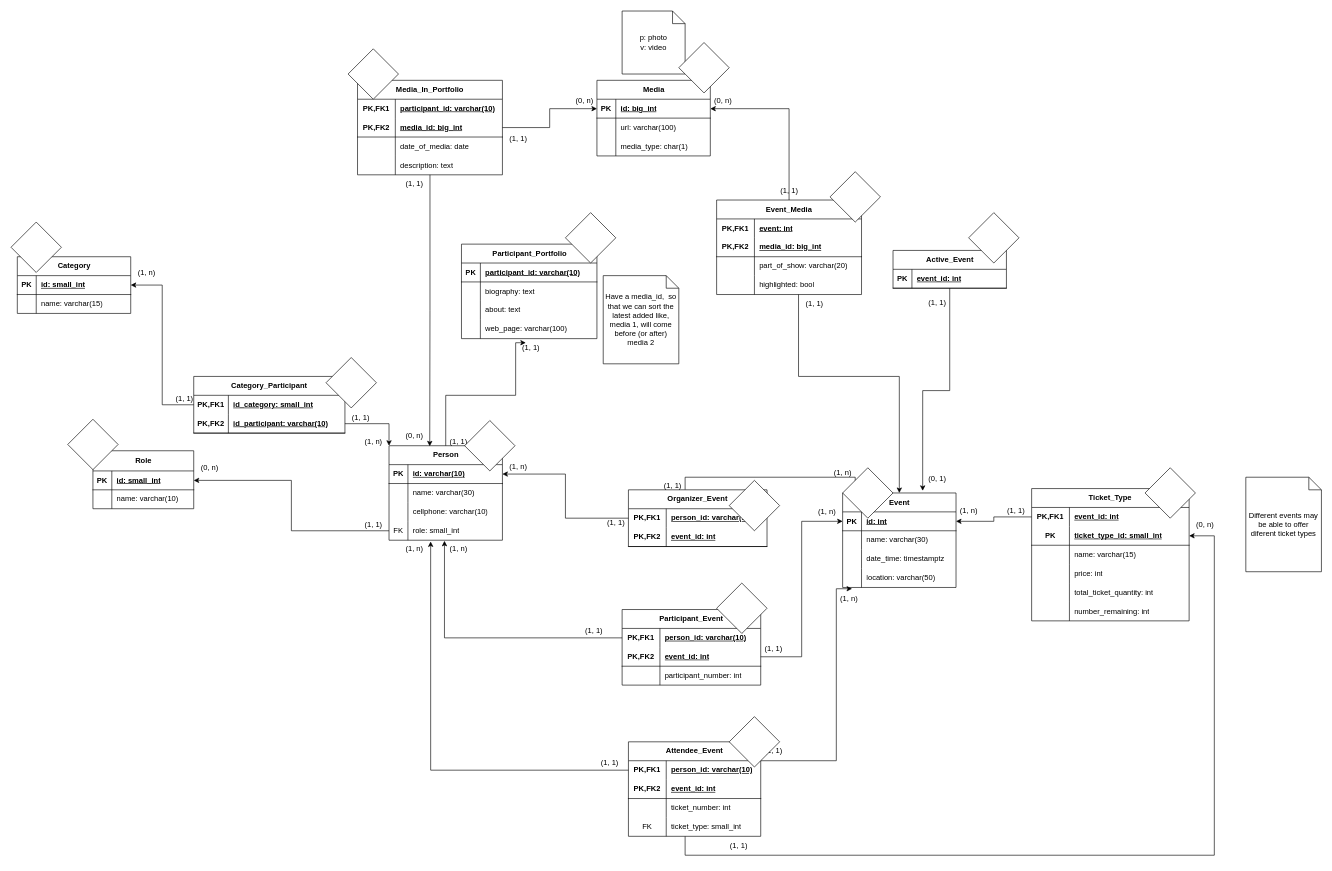
The draw.io diagram DataBaseDiagram.drawio in Laughcheeta1/ImplementationMidterm, before the edit. Source tidied: cells renumbered, new cells numbered last; positions are measured from the earlier drawing's top-left corner, leaving out a move shared by most shapes. Both pictures are drawn from the tidied source at 63%, with x=0, y=0 at pixel (11, 11).
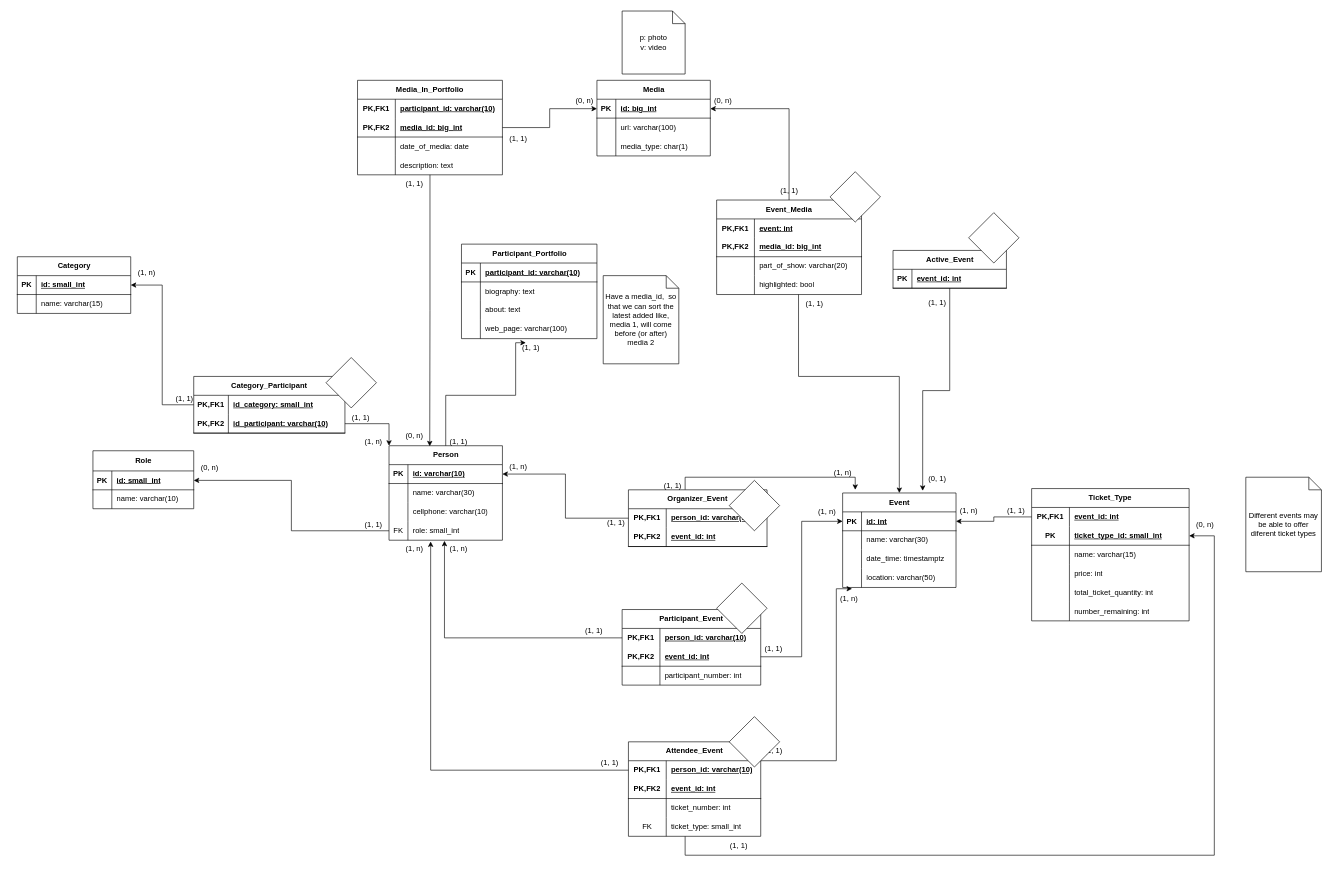
After the change.

Commit message (it also covers changes not shown here):
Created the ActiveEvent entity

Diff of the diagram source:
```diff
@@
-    <mxCell id="205" style="rhombus;whiteSpace=wrap;html=1;" parent="1" vertex="1">
-      <mxGeometry x="1060" y="50" width="80" height="80" as="geometry" />
-    </mxCell>
-    <mxCell id="206" style="rhombus;whiteSpace=wrap;html=1;" parent="1" vertex="1">
-      <mxGeometry y="335" width="80" height="80" as="geometry" />
-    </mxCell>
-    <mxCell id="207" style="rhombus;whiteSpace=wrap;html=1;" parent="1" vertex="1">
-      <mxGeometry x="90" y="648" width="80" height="80" as="geometry" />
-    </mxCell>
-    <mxCell id="208" style="rhombus;whiteSpace=wrap;html=1;" parent="1" vertex="1">
-      <mxGeometry x="720" y="650" width="80" height="80" as="geometry" />
-    </mxCell>
-    <mxCell id="209" style="rhombus;whiteSpace=wrap;html=1;" parent="1" vertex="1">
-      <mxGeometry x="1320" y="725" width="80" height="80" as="geometry" />
-    </mxCell>
-    <mxCell id="210" style="rhombus;whiteSpace=wrap;html=1;" parent="1" vertex="1">
-      <mxGeometry x="1800" y="725" width="80" height="80" as="geometry" />
-    </mxCell>
-    <mxCell id="211" style="rhombus;whiteSpace=wrap;html=1;" parent="1" vertex="1">
-      <mxGeometry x="880" y="320" width="80" height="80" as="geometry" />
-    </mxCell>
@@
-    <mxCell id="214" style="rhombus;whiteSpace=wrap;html=1;" parent="1" vertex="1">
-      <mxGeometry x="535" y="60" width="80" height="80" as="geometry" />
-    </mxCell>
```
